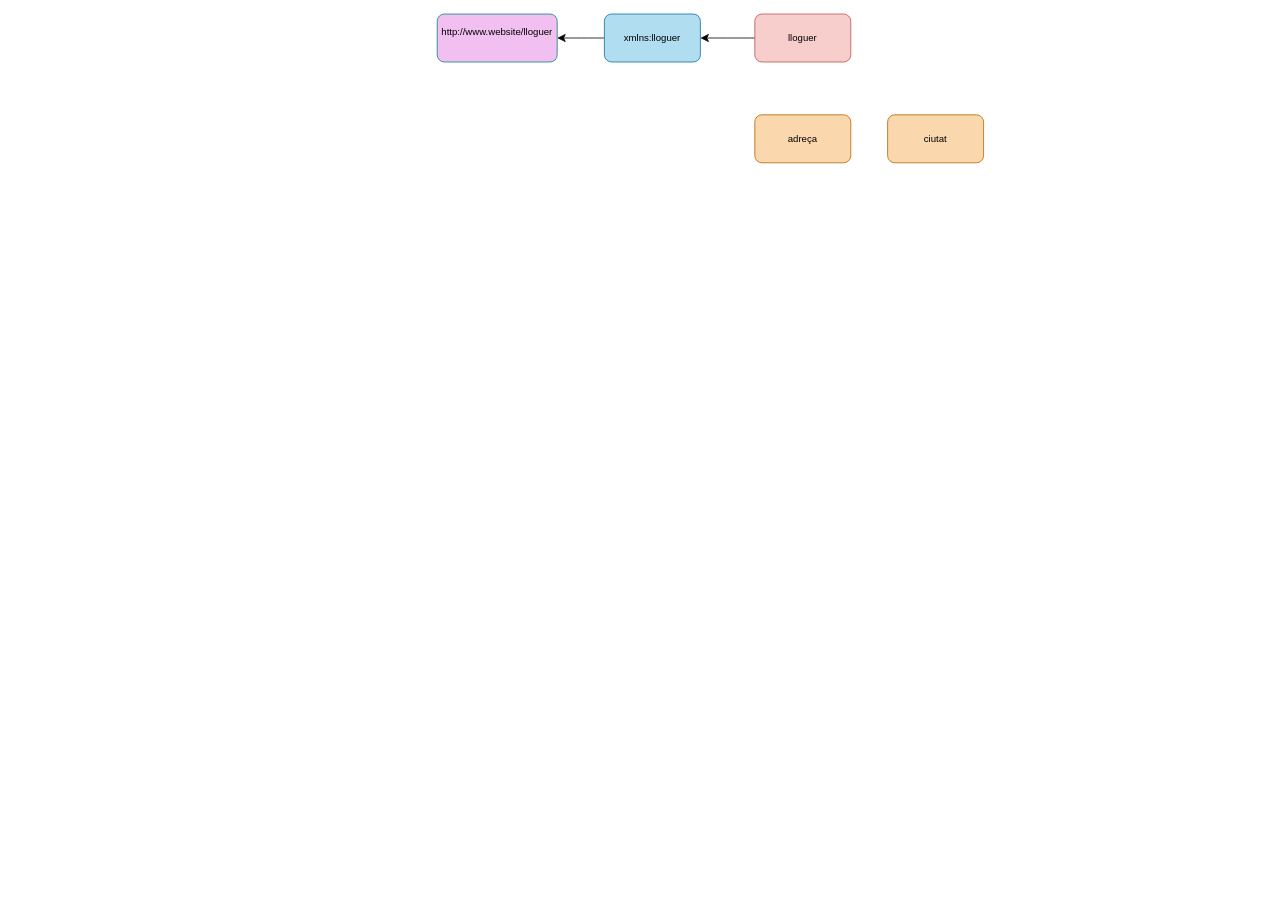
Earlier version of the draw.io diagram LLENGUATGE DE MARQUES/RA1/Diagrama AC02 ejercicio 4.drawio (Naderi14/DAM). Source tidied: cells renumbered, new cells numbered last; positions are measured from the earlier drawing's top-left corner, leaving out a move shared by most shapes. Both pictures are drawn from the tidied source at 80%, with x=0, y=0 at pixel (437, 14).
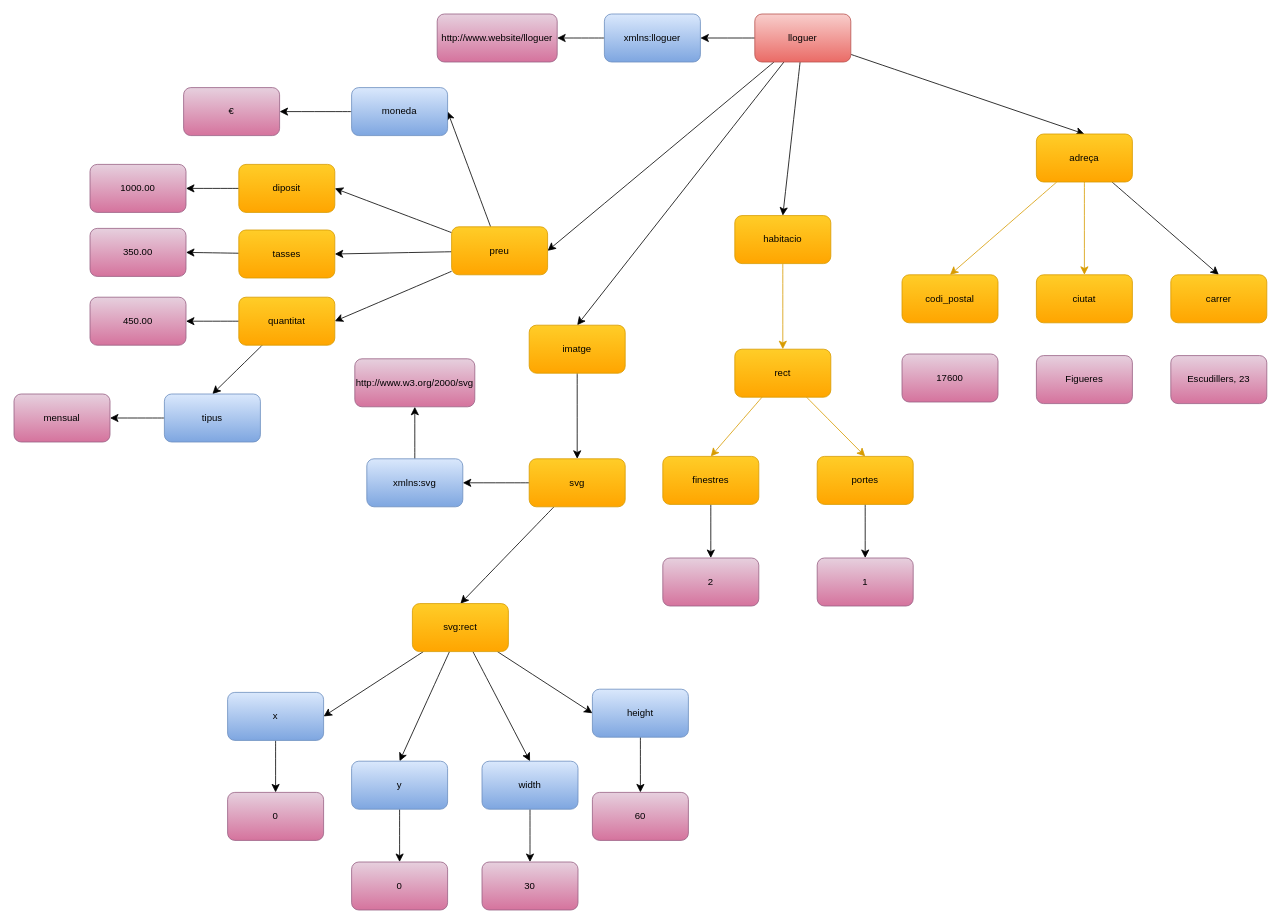
The same page after the edit.

Commit message (it also covers changes not shown here):
Hechos los ejercicios de pseudocodigo, y solo queda maquetarlos en word/pdf, y falta terminar con el draw.io los de lenguajes de marcas

The edit, as a diff of the source:
```diff
@@
+    <mxCell id="9" style="edgeStyle=none;curved=1;rounded=0;jettySize=auto;html=1;entryX=0.5;entryY=0;entryDx=0;entryDy=0;fontSize=12;startSize=8;endSize=8;" parent="1" edge="1" source="3" target="7">
+      <mxGeometry relative="1" as="geometry" />
+    </mxCell>
+    <mxCell id="10" style="edgeStyle=none;curved=1;rounded=0;jettySize=auto;html=1;entryX=0.5;entryY=0;entryDx=0;entryDy=0;fontSize=12;startSize=8;endSize=8;" parent="1" edge="1" source="3" target="17">
+      <mxGeometry relative="1" as="geometry" />
+    </mxCell>
+    <mxCell id="11" style="edgeStyle=none;curved=1;rounded=0;jettySize=auto;html=1;entryX=0.5;entryY=0;entryDx=0;entryDy=0;fontSize=12;startSize=8;endSize=8;" parent="1" edge="1" source="3" target="33">
+      <mxGeometry relative="1" as="geometry" />
+    </mxCell>
+    <mxCell id="12" style="edgeStyle=none;curved=1;rounded=0;jettySize=auto;html=1;entryX=1;entryY=0.5;entryDx=0;entryDy=0;fontSize=12;startSize=8;endSize=8;" parent="1" edge="1" source="3" target="57">
+      <mxGeometry relative="1" as="geometry" />
+    </mxCell>
-    <mxCell id="3" value="lloguer" style="rounded=1;whiteSpace=wrap;html=1;fillColor=#f8cecc;strokeColor=#b85450;" parent="1" vertex="1">
+    <mxCell id="3" value="lloguer" style="rounded=1;whiteSpace=wrap;html=1;fillColor=#f8cecc;strokeColor=#b85450;gradientColor=#ea6b66;" parent="1" vertex="1">
       <mxGeometry x="397" width="120" height="60" as="geometry" />
     </mxCell>
@@
-    <mxCell id="5" value="xmlns:lloguer" style="rounded=1;whiteSpace=wrap;html=1;fillColor=#b1ddf0;strokeColor=#10739e;" parent="1" vertex="1">
+    <mxCell id="5" value="xmlns:lloguer" style="rounded=1;whiteSpace=wrap;html=1;fillColor=#dae8fc;strokeColor=#6c8ebf;gradientColor=#7ea6e0;" parent="1" vertex="1">
       <mxGeometry x="209" width="120" height="60" as="geometry" />
     </mxCell>
-    <mxCell id="6" value="http://www.website/lloguer&lt;div&gt;&lt;br&gt;&lt;/div&gt;" style="rounded=1;whiteSpace=wrap;html=1;fillColor=#f2bff1;strokeColor=#0e8088;" parent="1" vertex="1">
+    <mxCell id="6" value="http://www.website/lloguer" style="rounded=1;whiteSpace=wrap;html=1;fillColor=#e6d0de;strokeColor=#996185;gradientColor=#d5739d;" parent="1" vertex="1">
       <mxGeometry width="150" height="60" as="geometry" />
     </mxCell>
+    <mxCell id="13" style="edgeStyle=none;curved=1;rounded=0;jettySize=auto;html=1;entryX=0.5;entryY=0;entryDx=0;entryDy=0;fontSize=12;startSize=8;endSize=8;fillColor=#ffcd28;gradientColor=#ffa500;strokeColor=#d79b00;" parent="1" edge="1" source="7" target="18">
+      <mxGeometry relative="1" as="geometry" />
+    </mxCell>
+    <mxCell id="14" style="edgeStyle=none;curved=1;rounded=0;jettySize=auto;html=1;entryX=0.5;entryY=0;entryDx=0;entryDy=0;fontSize=12;startSize=8;endSize=8;fillColor=#ffcd28;gradientColor=#ffa500;strokeColor=#d79b00;" parent="1" edge="1" source="7" target="8">
+      <mxGeometry relative="1" as="geometry" />
+    </mxCell>
+    <mxCell id="15" style="edgeStyle=none;curved=1;rounded=0;jettySize=auto;html=1;entryX=0.5;entryY=0;entryDx=0;entryDy=0;fontSize=12;startSize=8;endSize=8;" parent="1" edge="1" source="7" target="28">
+      <mxGeometry relative="1" as="geometry" />
+    </mxCell>
-    <mxCell id="7" value="adreça" style="rounded=1;whiteSpace=wrap;html=1;fillColor=#fad7ac;strokeColor=#b46504;" parent="1" vertex="1">
-      <mxGeometry x="397" y="126" width="120" height="60" as="geometry" />
+    <mxCell id="7" value="adreça" style="rounded=1;whiteSpace=wrap;html=1;fillColor=#ffcd28;strokeColor=#d79b00;gradientColor=#ffa500;" parent="1" vertex="1">
+      <mxGeometry x="749" y="150" width="120" height="60" as="geometry" />
     </mxCell>
-    <mxCell id="8" value="ciutat" style="rounded=1;whiteSpace=wrap;html=1;fillColor=#fad7ac;strokeColor=#b46504;" parent="1" vertex="1">
-      <mxGeometry x="563" y="126" width="120" height="60" as="geometry" />
+    <mxCell id="8" value="ciutat" style="rounded=1;whiteSpace=wrap;html=1;fillColor=#ffcd28;strokeColor=#d79b00;gradientColor=#ffa500;" parent="1" vertex="1">
+      <mxGeometry x="749" y="326" width="120" height="60" as="geometry" />
     </mxCell>
+    <mxCell id="16" style="edgeStyle=none;curved=1;rounded=0;jettySize=auto;html=1;entryX=0.5;entryY=0;entryDx=0;entryDy=0;fontSize=12;startSize=8;endSize=8;fillColor=#ffcd28;gradientColor=#ffa500;strokeColor=#d79b00;" parent="1" edge="1" source="17" target="21">
+      <mxGeometry relative="1" as="geometry" />
+    </mxCell>
+    <mxCell id="17" value="habitacio" style="rounded=1;whiteSpace=wrap;html=1;fillColor=#ffcd28;strokeColor=#d79b00;gradientColor=#ffa500;" parent="1" vertex="1">
+      <mxGeometry x="372" y="252" width="120" height="60" as="geometry" />
+    </mxCell>
+    <mxCell id="18" value="codi_postal" style="rounded=1;whiteSpace=wrap;html=1;fillColor=#ffcd28;strokeColor=#d79b00;gradientColor=#ffa500;" parent="1" vertex="1">
+      <mxGeometry x="581" y="326" width="120" height="60" as="geometry" />
+    </mxCell>
+    <mxCell id="19" style="edgeStyle=none;curved=1;rounded=0;jettySize=auto;html=1;entryX=0.5;entryY=0;entryDx=0;entryDy=0;fontSize=12;startSize=8;endSize=8;fillColor=#ffcd28;gradientColor=#ffa500;strokeColor=#d79b00;" parent="1" edge="1" source="21" target="25">
+      <mxGeometry relative="1" as="geometry" />
+    </mxCell>
+    <mxCell id="20" style="edgeStyle=none;curved=1;rounded=0;jettySize=auto;html=1;entryX=0.5;entryY=0;entryDx=0;entryDy=0;fontSize=12;startSize=8;endSize=8;fillColor=#ffcd28;gradientColor=#ffa500;strokeColor=#d79b00;" parent="1" edge="1" source="21" target="23">
+      <mxGeometry relative="1" as="geometry" />
+    </mxCell>
+    <mxCell id="21" value="rect" style="rounded=1;whiteSpace=wrap;html=1;fillColor=#ffcd28;strokeColor=#d79b00;gradientColor=#ffa500;" parent="1" vertex="1">
+      <mxGeometry x="372" y="419" width="120" height="60" as="geometry" />
+    </mxCell>
+    <mxCell id="22" style="edgeStyle=none;curved=1;rounded=0;jettySize=auto;html=1;entryX=0.5;entryY=0;entryDx=0;entryDy=0;fontSize=12;startSize=8;endSize=8;" parent="1" edge="1" source="23" target="30">
+      <mxGeometry relative="1" as="geometry" />
+    </mxCell>
+    <mxCell id="23" value="finestres" style="rounded=1;whiteSpace=wrap;html=1;fillColor=#ffcd28;strokeColor=#d79b00;gradientColor=#ffa500;" parent="1" vertex="1">
+      <mxGeometry x="282" y="553" width="120" height="60" as="geometry" />
+    </mxCell>
+    <mxCell id="24" style="edgeStyle=none;curved=1;rounded=0;jettySize=auto;html=1;fontSize=12;startSize=8;endSize=8;entryX=0.5;entryY=0;entryDx=0;entryDy=0;" parent="1" edge="1" source="25" target="31">
+      <mxGeometry relative="1" as="geometry" />
+    </mxCell>
+    <mxCell id="25" value="portes" style="rounded=1;whiteSpace=wrap;html=1;fillColor=#ffcd28;strokeColor=#d79b00;gradientColor=#ffa500;" parent="1" vertex="1">
+      <mxGeometry x="475" y="553" width="120" height="60" as="geometry" />
+    </mxCell>
+    <mxCell id="26" value="17600" style="rounded=1;whiteSpace=wrap;html=1;fillColor=#e6d0de;strokeColor=#996185;gradientColor=#d5739d;" parent="1" vertex="1">
+      <mxGeometry x="581" y="425" width="120" height="60" as="geometry" />
+    </mxCell>
+    <mxCell id="27" value="Figueres" style="rounded=1;whiteSpace=wrap;html=1;fillColor=#e6d0de;strokeColor=#996185;gradientColor=#d5739d;" parent="1" vertex="1">
+      <mxGeometry x="749" y="427" width="120" height="60" as="geometry" />
+    </mxCell>
+    <mxCell id="28" value="carrer" style="rounded=1;whiteSpace=wrap;html=1;fillColor=#ffcd28;strokeColor=#d79b00;gradientColor=#ffa500;" parent="1" vertex="1">
+      <mxGeometry x="917" y="326" width="120" height="60" as="geometry" />
+    </mxCell>
+    <mxCell id="29" value="Escudillers, 23" style="rounded=1;whiteSpace=wrap;html=1;fillColor=#e6d0de;strokeColor=#996185;gradientColor=#d5739d;" parent="1" vertex="1">
+      <mxGeometry x="917" y="427" width="120" height="60" as="geometry" />
+    </mxCell>
+    <mxCell id="30" value="2" style="rounded=1;whiteSpace=wrap;html=1;fillColor=#e6d0de;strokeColor=#996185;gradientColor=#d5739d;" parent="1" vertex="1">
+      <mxGeometry x="282" y="680" width="120" height="60" as="geometry" />
+    </mxCell>
+    <mxCell id="31" value="1" style="rounded=1;whiteSpace=wrap;html=1;fillColor=#e6d0de;strokeColor=#996185;gradientColor=#d5739d;" parent="1" vertex="1">
+      <mxGeometry x="475" y="680" width="120" height="60" as="geometry" />
+    </mxCell>
+    <mxCell id="32" style="edgeStyle=none;curved=1;rounded=0;jettySize=auto;html=1;entryX=0.5;entryY=0;entryDx=0;entryDy=0;fontSize=12;startSize=8;endSize=8;" parent="1" edge="1" source="33" target="36">
+      <mxGeometry relative="1" as="geometry" />
+    </mxCell>
+    <mxCell id="33" value="imatge" style="rounded=1;whiteSpace=wrap;html=1;fillColor=#ffcd28;strokeColor=#d79b00;gradientColor=#ffa500;" parent="1" vertex="1">
+      <mxGeometry x="115" y="389" width="120" height="60" as="geometry" />
+    </mxCell>
+    <mxCell id="34" style="edgeStyle=none;curved=1;rounded=0;jettySize=auto;html=1;entryX=1;entryY=0.5;entryDx=0;entryDy=0;fontSize=12;startSize=8;endSize=8;" parent="1" edge="1" source="36" target="38">
+      <mxGeometry relative="1" as="geometry" />
+    </mxCell>
+    <mxCell id="35" style="edgeStyle=none;curved=1;rounded=0;jettySize=auto;html=1;entryX=0.5;entryY=0;entryDx=0;entryDy=0;fontSize=12;startSize=8;endSize=8;" parent="1" edge="1" source="36" target="44">
+      <mxGeometry relative="1" as="geometry" />
+    </mxCell>
+    <mxCell id="36" value="svg" style="rounded=1;whiteSpace=wrap;html=1;fillColor=#ffcd28;strokeColor=#d79b00;gradientColor=#ffa500;" parent="1" vertex="1">
+      <mxGeometry x="115" y="556" width="120" height="60" as="geometry" />
+    </mxCell>
+    <mxCell id="37" style="edgeStyle=none;curved=1;rounded=0;jettySize=auto;html=1;entryX=0.5;entryY=1;entryDx=0;entryDy=0;fontSize=12;startSize=8;endSize=8;" parent="1" edge="1" source="38" target="39">
+      <mxGeometry relative="1" as="geometry" />
+    </mxCell>
+    <mxCell id="38" value="xmlns:svg" style="rounded=1;whiteSpace=wrap;html=1;fillColor=#dae8fc;strokeColor=#6c8ebf;gradientColor=#7ea6e0;" parent="1" vertex="1">
+      <mxGeometry x="-88" y="556" width="120" height="60" as="geometry" />
+    </mxCell>
+    <mxCell id="39" value="http://www.w3.org/2000/svg" style="rounded=1;whiteSpace=wrap;html=1;fillColor=#e6d0de;strokeColor=#996185;gradientColor=#d5739d;" parent="1" vertex="1">
+      <mxGeometry x="-103" y="431" width="150" height="60" as="geometry" />
+    </mxCell>
+    <mxCell id="40" style="edgeStyle=none;curved=1;rounded=0;jettySize=auto;html=1;entryX=1;entryY=0.5;entryDx=0;entryDy=0;fontSize=12;startSize=8;endSize=8;" parent="1" edge="1" source="44" target="46">
+      <mxGeometry relative="1" as="geometry" />
+    </mxCell>
+    <mxCell id="41" style="edgeStyle=none;curved=1;rounded=0;jettySize=auto;html=1;entryX=0.5;entryY=0;entryDx=0;entryDy=0;fontSize=12;startSize=8;endSize=8;" parent="1" edge="1" source="44" target="48">
+      <mxGeometry relative="1" as="geometry" />
+    </mxCell>
+    <mxCell id="42" style="edgeStyle=none;curved=1;rounded=0;jettySize=auto;html=1;entryX=0.5;entryY=0;entryDx=0;entryDy=0;fontSize=12;startSize=8;endSize=8;" parent="1" edge="1" source="44" target="50">
+      <mxGeometry relative="1" as="geometry" />
+    </mxCell>
+    <mxCell id="43" style="edgeStyle=none;curved=1;rounded=0;jettySize=auto;html=1;entryX=0;entryY=0.5;entryDx=0;entryDy=0;fontSize=12;startSize=8;endSize=8;" parent="1" edge="1" source="44" target="52">
+      <mxGeometry relative="1" as="geometry" />
+    </mxCell>
+    <mxCell id="44" value="svg:rect" style="rounded=1;whiteSpace=wrap;html=1;fillColor=#ffcd28;strokeColor=#d79b00;gradientColor=#ffa500;" parent="1" vertex="1">
+      <mxGeometry x="-31" y="737" width="120" height="60" as="geometry" />
+    </mxCell>
+    <mxCell id="45" style="edgeStyle=none;curved=1;rounded=0;jettySize=auto;html=1;entryX=0.5;entryY=0;entryDx=0;entryDy=0;fontSize=12;startSize=8;endSize=8;" parent="1" edge="1" source="46" target="74">
+      <mxGeometry relative="1" as="geometry" />
+    </mxCell>
+    <mxCell id="46" value="x" style="rounded=1;whiteSpace=wrap;html=1;fillColor=#dae8fc;strokeColor=#6c8ebf;gradientColor=#7ea6e0;" parent="1" vertex="1">
+      <mxGeometry x="-262" y="848" width="120" height="60" as="geometry" />
+    </mxCell>
+    <mxCell id="47" style="edgeStyle=none;curved=1;rounded=0;jettySize=auto;html=1;entryX=0.5;entryY=0;entryDx=0;entryDy=0;fontSize=12;startSize=8;endSize=8;" parent="1" edge="1" source="48" target="75">
+      <mxGeometry relative="1" as="geometry" />
+    </mxCell>
+    <mxCell id="48" value="y" style="rounded=1;whiteSpace=wrap;html=1;fillColor=#dae8fc;strokeColor=#6c8ebf;gradientColor=#7ea6e0;" parent="1" vertex="1">
+      <mxGeometry x="-107" y="934" width="120" height="60" as="geometry" />
+    </mxCell>
+    <mxCell id="49" style="edgeStyle=none;curved=1;rounded=0;jettySize=auto;html=1;entryX=0.5;entryY=0;entryDx=0;entryDy=0;fontSize=12;startSize=8;endSize=8;" parent="1" edge="1" source="50" target="76">
+      <mxGeometry relative="1" as="geometry" />
+    </mxCell>
+    <mxCell id="50" value="width" style="rounded=1;whiteSpace=wrap;html=1;fillColor=#dae8fc;strokeColor=#6c8ebf;gradientColor=#7ea6e0;" parent="1" vertex="1">
+      <mxGeometry x="56" y="934" width="120" height="60" as="geometry" />
+    </mxCell>
+    <mxCell id="51" style="edgeStyle=none;curved=1;rounded=0;jettySize=auto;html=1;entryX=0.5;entryY=0;entryDx=0;entryDy=0;fontSize=12;startSize=8;endSize=8;" parent="1" edge="1" source="52" target="77">
+      <mxGeometry relative="1" as="geometry" />
+    </mxCell>
+    <mxCell id="52" value="height" style="rounded=1;whiteSpace=wrap;html=1;fillColor=#dae8fc;strokeColor=#6c8ebf;gradientColor=#7ea6e0;" parent="1" vertex="1">
+      <mxGeometry x="194" y="844" width="120" height="60" as="geometry" />
+    </mxCell>
+    <mxCell id="53" style="edgeStyle=none;curved=1;rounded=0;jettySize=auto;html=1;entryX=1;entryY=0.5;entryDx=0;entryDy=0;fontSize=12;startSize=8;endSize=8;" parent="1" edge="1" source="57" target="59">
+      <mxGeometry relative="1" as="geometry" />
+    </mxCell>
+    <mxCell id="54" style="edgeStyle=none;curved=1;rounded=0;jettySize=auto;html=1;entryX=1;entryY=0.5;entryDx=0;entryDy=0;fontSize=12;startSize=8;endSize=8;" parent="1" edge="1" source="57" target="62">
+      <mxGeometry relative="1" as="geometry" />
+    </mxCell>
+    <mxCell id="55" style="edgeStyle=none;curved=1;rounded=0;jettySize=auto;html=1;entryX=1;entryY=0.5;entryDx=0;entryDy=0;fontSize=12;startSize=8;endSize=8;" parent="1" edge="1" source="57" target="64">
+      <mxGeometry relative="1" as="geometry" />
+    </mxCell>
+    <mxCell id="56" style="edgeStyle=none;curved=1;rounded=0;jettySize=auto;html=1;entryX=1;entryY=0.5;entryDx=0;entryDy=0;fontSize=12;startSize=8;endSize=8;" parent="1" edge="1" source="57" target="67">
+      <mxGeometry relative="1" as="geometry" />
+    </mxCell>
+    <mxCell id="57" value="preu" style="rounded=1;whiteSpace=wrap;html=1;fillColor=#ffcd28;strokeColor=#d79b00;gradientColor=#ffa500;" parent="1" vertex="1">
+      <mxGeometry x="18" y="266" width="120" height="60" as="geometry" />
+    </mxCell>
+    <mxCell id="58" style="edgeStyle=none;curved=1;rounded=0;jettySize=auto;html=1;entryX=1;entryY=0.5;entryDx=0;entryDy=0;fontSize=12;startSize=8;endSize=8;" parent="1" edge="1" source="59" target="60">
+      <mxGeometry relative="1" as="geometry" />
+    </mxCell>
+    <mxCell id="59" value="moneda" style="rounded=1;whiteSpace=wrap;html=1;fillColor=#dae8fc;strokeColor=#6c8ebf;gradientColor=#7ea6e0;" parent="1" vertex="1">
+      <mxGeometry x="-107" y="92" width="120" height="60" as="geometry" />
+    </mxCell>
+    <mxCell id="60" value="€" style="rounded=1;whiteSpace=wrap;html=1;fillColor=#e6d0de;strokeColor=#996185;gradientColor=#d5739d;" parent="1" vertex="1">
+      <mxGeometry x="-317" y="92" width="120" height="60" as="geometry" />
+    </mxCell>
+    <mxCell id="61" style="edgeStyle=none;curved=1;rounded=0;jettySize=auto;html=1;entryX=1;entryY=0.5;entryDx=0;entryDy=0;fontSize=12;startSize=8;endSize=8;" parent="1" edge="1" source="62" target="68">
+      <mxGeometry relative="1" as="geometry" />
+    </mxCell>
+    <mxCell id="62" value="diposit" style="rounded=1;whiteSpace=wrap;html=1;fillColor=#ffcd28;strokeColor=#d79b00;gradientColor=#ffa500;" parent="1" vertex="1">
+      <mxGeometry x="-248" y="188" width="120" height="60" as="geometry" />
+    </mxCell>
+    <mxCell id="63" style="edgeStyle=none;curved=1;rounded=0;jettySize=auto;html=1;entryX=1;entryY=0.5;entryDx=0;entryDy=0;fontSize=12;startSize=8;endSize=8;" parent="1" edge="1" source="64" target="69">
+      <mxGeometry relative="1" as="geometry" />
+    </mxCell>
+    <mxCell id="64" value="tasses" style="rounded=1;whiteSpace=wrap;html=1;fillColor=#ffcd28;strokeColor=#d79b00;gradientColor=#ffa500;" parent="1" vertex="1">
+      <mxGeometry x="-248" y="270" width="120" height="60" as="geometry" />
+    </mxCell>
+    <mxCell id="65" style="edgeStyle=none;curved=1;rounded=0;jettySize=auto;html=1;entryX=1;entryY=0.5;entryDx=0;entryDy=0;fontSize=12;startSize=8;endSize=8;" parent="1" edge="1" source="67" target="70">
+      <mxGeometry relative="1" as="geometry" />
+    </mxCell>
+    <mxCell id="66" style="edgeStyle=none;curved=1;rounded=0;jettySize=auto;html=1;entryX=0.5;entryY=0;entryDx=0;entryDy=0;fontSize=12;startSize=8;endSize=8;" parent="1" edge="1" source="67" target="72">
+      <mxGeometry relative="1" as="geometry" />
+    </mxCell>
+    <mxCell id="67" value="quantitat" style="rounded=1;whiteSpace=wrap;html=1;fillColor=#ffcd28;strokeColor=#d79b00;gradientColor=#ffa500;" parent="1" vertex="1">
+      <mxGeometry x="-248" y="354" width="120" height="60" as="geometry" />
+    </mxCell>
+    <mxCell id="68" value="1000.00" style="rounded=1;whiteSpace=wrap;html=1;fillColor=#e6d0de;strokeColor=#996185;gradientColor=#d5739d;" parent="1" vertex="1">
+      <mxGeometry x="-434" y="188" width="120" height="60" as="geometry" />
+    </mxCell>
+    <mxCell id="69" value="350.00" style="rounded=1;whiteSpace=wrap;html=1;fillColor=#e6d0de;strokeColor=#996185;gradientColor=#d5739d;" parent="1" vertex="1">
+      <mxGeometry x="-434" y="268" width="120" height="60" as="geometry" />
+    </mxCell>
+    <mxCell id="70" value="450.00" style="rounded=1;whiteSpace=wrap;html=1;fillColor=#e6d0de;strokeColor=#996185;gradientColor=#d5739d;" parent="1" vertex="1">
+      <mxGeometry x="-434" y="354" width="120" height="60" as="geometry" />
+    </mxCell>
+    <mxCell id="71" style="edgeStyle=none;curved=1;rounded=0;jettySize=auto;html=1;entryX=1;entryY=0.5;entryDx=0;entryDy=0;fontSize=12;startSize=8;endSize=8;" parent="1" edge="1" source="72" target="73">
+      <mxGeometry relative="1" as="geometry" />
+    </mxCell>
+    <mxCell id="72" value="tipus" style="rounded=1;whiteSpace=wrap;html=1;fillColor=#dae8fc;strokeColor=#6c8ebf;gradientColor=#7ea6e0;" parent="1" vertex="1">
+      <mxGeometry x="-341" y="475" width="120" height="60" as="geometry" />
+    </mxCell>
+    <mxCell id="73" value="mensual" style="rounded=1;whiteSpace=wrap;html=1;fillColor=#e6d0de;strokeColor=#996185;gradientColor=#d5739d;" parent="1" vertex="1">
+      <mxGeometry x="-529" y="475" width="120" height="60" as="geometry" />
+    </mxCell>
+    <mxCell id="74" value="0" style="rounded=1;whiteSpace=wrap;html=1;fillColor=#e6d0de;strokeColor=#996185;gradientColor=#d5739d;" parent="1" vertex="1">
+      <mxGeometry x="-262" y="973" width="120" height="60" as="geometry" />
+    </mxCell>
+    <mxCell id="75" value="0" style="rounded=1;whiteSpace=wrap;html=1;fillColor=#e6d0de;strokeColor=#996185;gradientColor=#d5739d;" parent="1" vertex="1">
+      <mxGeometry x="-107" y="1060" width="120" height="60" as="geometry" />
+    </mxCell>
+    <mxCell id="76" value="30" style="rounded=1;whiteSpace=wrap;html=1;fillColor=#e6d0de;strokeColor=#996185;gradientColor=#d5739d;" parent="1" vertex="1">
+      <mxGeometry x="56" y="1060" width="120" height="60" as="geometry" />
+    </mxCell>
+    <mxCell id="77" value="60" style="rounded=1;whiteSpace=wrap;html=1;fillColor=#e6d0de;strokeColor=#996185;gradientColor=#d5739d;" parent="1" vertex="1">
+      <mxGeometry x="194" y="973" width="120" height="60" as="geometry" />
+    </mxCell>
```
